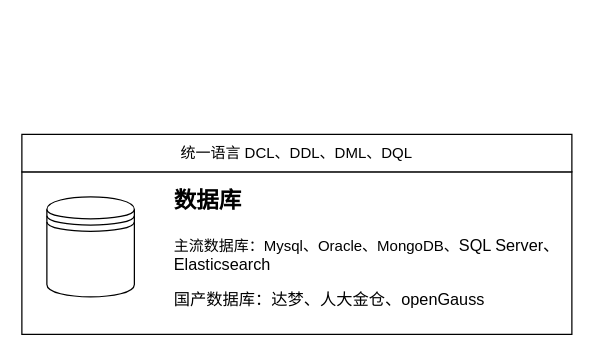
Above: 低——研究内容——开发工具.drawio in tangyaosimida/love (draw.io), before the change. Source tidied: cells renumbered, new cells numbered last; positions are measured from the earlier drawing's top-left corner, leaving out a move shared by most shapes. Both pictures are drawn from the tidied source at 125%, with x=0, y=0 at pixel (21, 134).
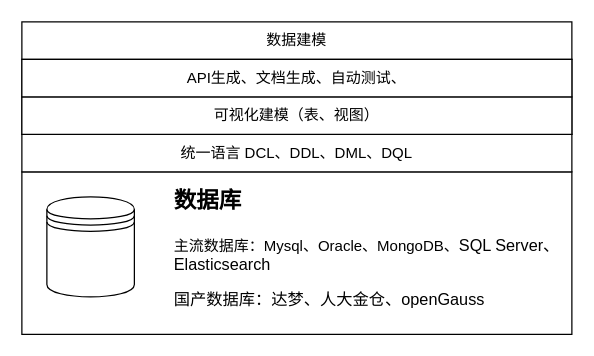
After the change.

Commit message (it also covers changes not shown here):
更新低——研究内容——开发工具.drawio

Diff of the diagram source:
```diff
@@
 <mxGraphModel>
   <root>
     <mxCell id="0" />
     <mxCell id="1" parent="0" />
     <mxCell id="2" style="rounded=0;whiteSpace=wrap;html=1;fillColor=none;" parent="1" vertex="1">
       <mxGeometry y="30" width="440" height="130" as="geometry" />
     </mxCell>
     <mxCell id="3" style="shape=datastore;whiteSpace=wrap;html=1;" parent="1" vertex="1">
       <mxGeometry x="20" y="50" width="70" height="80" as="geometry" />
     </mxCell>
     <mxCell id="4" value="&lt;h1 style=&quot;margin-top: 0px;&quot;&gt;&lt;font style=&quot;font-size: 18px;&quot;&gt;数据库&lt;/font&gt;&lt;/h1&gt;&lt;p&gt;主流数据库：Mysql、Oracle、MongoDB、&lt;span style=&quot;background-color: rgb(255, 255, 255); font-family: Arial, sans-serif; font-size: 13px;&quot;&gt;SQL Server、Elasticsearch&lt;/span&gt;&lt;/p&gt;&lt;p&gt;&lt;span style=&quot;background-color: rgb(255, 255, 255); font-family: Arial, sans-serif; font-size: 13px;&quot;&gt;国产数据库：达梦、人大金仓、&lt;/span&gt;&lt;span style=&quot;background-color: rgb(255, 255, 255); font-family: Arial, sans-serif; font-size: 13px;&quot;&gt;openGauss&lt;/span&gt;&lt;/p&gt;&lt;p&gt;&lt;span style=&quot;background-color: rgb(255, 255, 255); font-family: Arial, sans-serif; font-size: 13px;&quot;&gt;&lt;br&gt;&lt;/span&gt;&lt;/p&gt;" style="text;html=1;whiteSpace=wrap;overflow=hidden;rounded=0;" parent="1" vertex="1">
       <mxGeometry x="120" y="30" width="320" height="120" as="geometry" />
     </mxCell>
     <mxCell id="5" value="统一语言 DCL、DDL、DML、DQL" style="rounded=0;whiteSpace=wrap;html=1;" parent="1" vertex="1">
       <mxGeometry width="440" height="30" as="geometry" />
     </mxCell>
+    <mxCell id="6" style="rounded=0;whiteSpace=wrap;html=1;" parent="1" vertex="1">
+      <mxGeometry y="-60" width="440" height="60" as="geometry" />
+    </mxCell>
+    <mxCell id="7" value="数据建模" style="rounded=0;whiteSpace=wrap;html=1;" parent="1" vertex="1">
+      <mxGeometry y="-90" width="440" height="30" as="geometry" />
+    </mxCell>
+    <mxCell id="8" value="可视化建模（表、视图）" style="rounded=0;whiteSpace=wrap;html=1;" parent="1" vertex="1">
+      <mxGeometry y="-30" width="440" height="30" as="geometry" />
+    </mxCell>
+    <mxCell id="9" value="API生成、文档生成、自动测试、" style="rounded=0;whiteSpace=wrap;html=1;" parent="1" vertex="1">
+      <mxGeometry y="-60" width="440" height="30" as="geometry" />
+    </mxCell>
   </root>
 </mxGraphModel>
```
